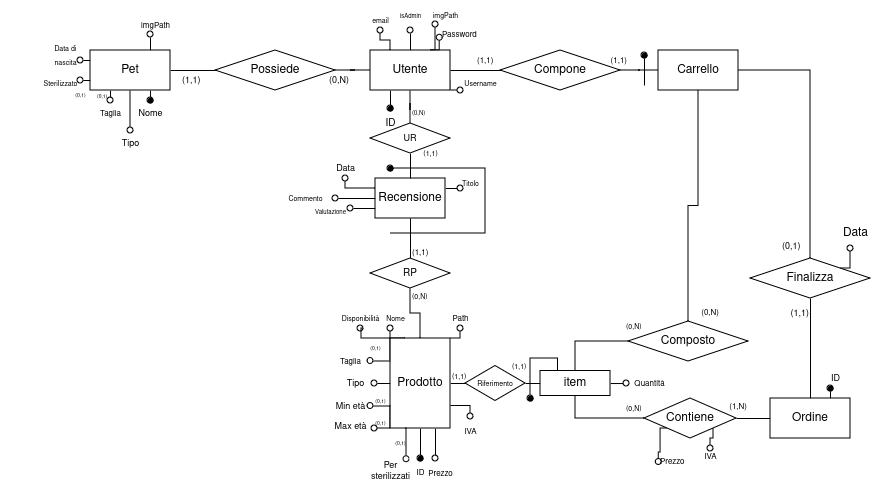
This is Documenti/DrawIo&Images/DarwinShopNormalized.png from NumberZeroo/TSW_Proj, a draw.io export, as it was before one commit. Source tidied: cells renumbered, new cells last; positions are measured from the earlier drawing's top-left corner, leaving out a move shared by most shapes.
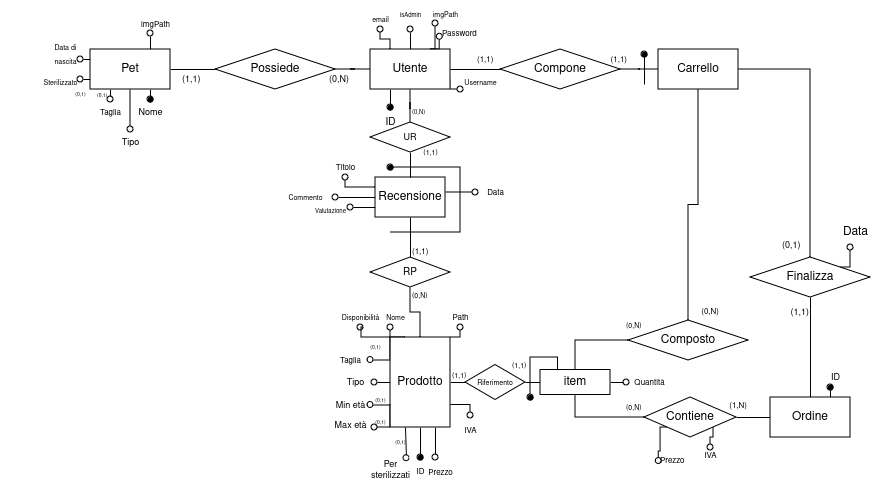
The same file after the commit.

Change to the diagram source:
```diff
@@ -335,14 +335,14 @@
     <mxCell id="86" value="&lt;font style=&quot;font-size: 8px;&quot;&gt;Path&lt;/font&gt;" style="text;html=1;align=center;verticalAlign=middle;strokeColor=none;fillColor=none;" parent="1" vertex="1">
       <mxGeometry x="440" y="303" width="40" height="30" as="geometry" />
     </mxCell>
-    <mxCell id="87" value="&lt;font style=&quot;font-size: 9px;&quot;&gt;Data&lt;/font&gt;" style="text;html=1;align=center;verticalAlign=middle;strokeColor=none;fillColor=none;" parent="1" vertex="1">
+    <mxCell id="87" value="&lt;font style=&quot;font-size: 8px;&quot;&gt;Titolo&lt;/font&gt;" style="text;html=1;align=center;verticalAlign=middle;strokeColor=none;fillColor=none;" parent="1" vertex="1">
       <mxGeometry x="325" y="153" width="40" height="30" as="geometry" />
     </mxCell>
     <mxCell id="88" value="&lt;font style=&quot;font-size: 7px;&quot;&gt;Commento&lt;/font&gt;" style="text;html=1;align=center;verticalAlign=middle;points=[];strokeColor=none;fillColor=none;" parent="1" vertex="1">
       <mxGeometry x="275" y="183" width="60" height="30" as="geometry" />
     </mxCell>
-    <mxCell id="89" value="&lt;font style=&quot;font-size: 7px;&quot;&gt;Titolo&lt;/font&gt;" style="text;html=1;align=center;verticalAlign=middle;points=[];strokeColor=none;fillColor=none;" parent="1" vertex="1">
-      <mxGeometry x="450" y="168" width="40" height="30" as="geometry" />
+    <mxCell id="89" value="&lt;font style=&quot;font-size: 8px;&quot;&gt;Data&lt;br&gt;&lt;/font&gt;" style="text;html=1;align=center;verticalAlign=middle;points=[];strokeColor=none;fillColor=none;" parent="1" vertex="1">
+      <mxGeometry x="475" y="178" width="40" height="30" as="geometry" />
     </mxCell>
     <mxCell id="90" value="&lt;font style=&quot;font-size: 6px;&quot;&gt;Valutazione&lt;/font&gt;" style="text;html=1;align=center;verticalAlign=middle;strokeColor=none;fillColor=none;" parent="1" vertex="1">
       <mxGeometry x="305" y="196" width="50" height="30" as="geometry" />
@@ -423,16 +423,19 @@
     <mxCell id="111" value="&lt;font style=&quot;font-size: 7px;&quot;&gt;imgPath&lt;/font&gt;" style="text;html=1;align=center;verticalAlign=middle;strokeColor=none;fillColor=none;" parent="1" vertex="1">
       <mxGeometry x="420" width="50" height="30" as="geometry" />
     </mxCell>
-    <mxCell id="112" style="edgeStyle=orthogonalEdgeStyle;rounded=0;jettySize=auto;html=1;exitX=1;exitY=0.25;exitDx=0;exitDy=0;endArrow=oval;endFill=0;" parent="1" edge="1" source="114">
-      <mxGeometry relative="1" as="geometry">
-        <mxPoint x="460" y="188.1" as="targetPoint" />
-      </mxGeometry>
-    </mxCell>
     <mxCell id="113" style="edgeStyle=orthogonalEdgeStyle;rounded=0;jettySize=auto;html=1;exitX=0;exitY=0.75;exitDx=0;exitDy=0;endArrow=oval;endFill=0;" parent="1" edge="1" source="114">
       <mxGeometry relative="1" as="geometry">
         <mxPoint x="350" y="208" as="targetPoint" />
       </mxGeometry>
     </mxCell>
+    <mxCell id="122" style="edgeStyle=orthogonalEdgeStyle;rounded=0;jettySize=auto;html=1;endArrow=oval;endFill=0;" parent="1" edge="1" source="114" target="89">
+      <mxGeometry relative="1" as="geometry">
+        <Array as="points">
+          <mxPoint x="450" y="193" />
+          <mxPoint x="450" y="193" />
+        </Array>
+      </mxGeometry>
+    </mxCell>
     <mxCell id="114" value="Recensione" style="rounded=0;whiteSpace=wrap;html=1;" parent="1" vertex="1">
       <mxGeometry x="375" y="178" width="70" height="40" as="geometry" />
     </mxCell>
@@ -459,8 +462,9 @@
         <mxPoint x="390" y="233" as="sourcePoint" />
         <mxPoint x="390" y="168" as="targetPoint" />
         <Array as="points">
-          <mxPoint x="485" y="233" />
-          <mxPoint x="485" y="168" />
+          <mxPoint x="460" y="233" />
+          <mxPoint x="460" y="198" />
+          <mxPoint x="460" y="168" />
         </Array>
       </mxGeometry>
     </mxCell>
```
